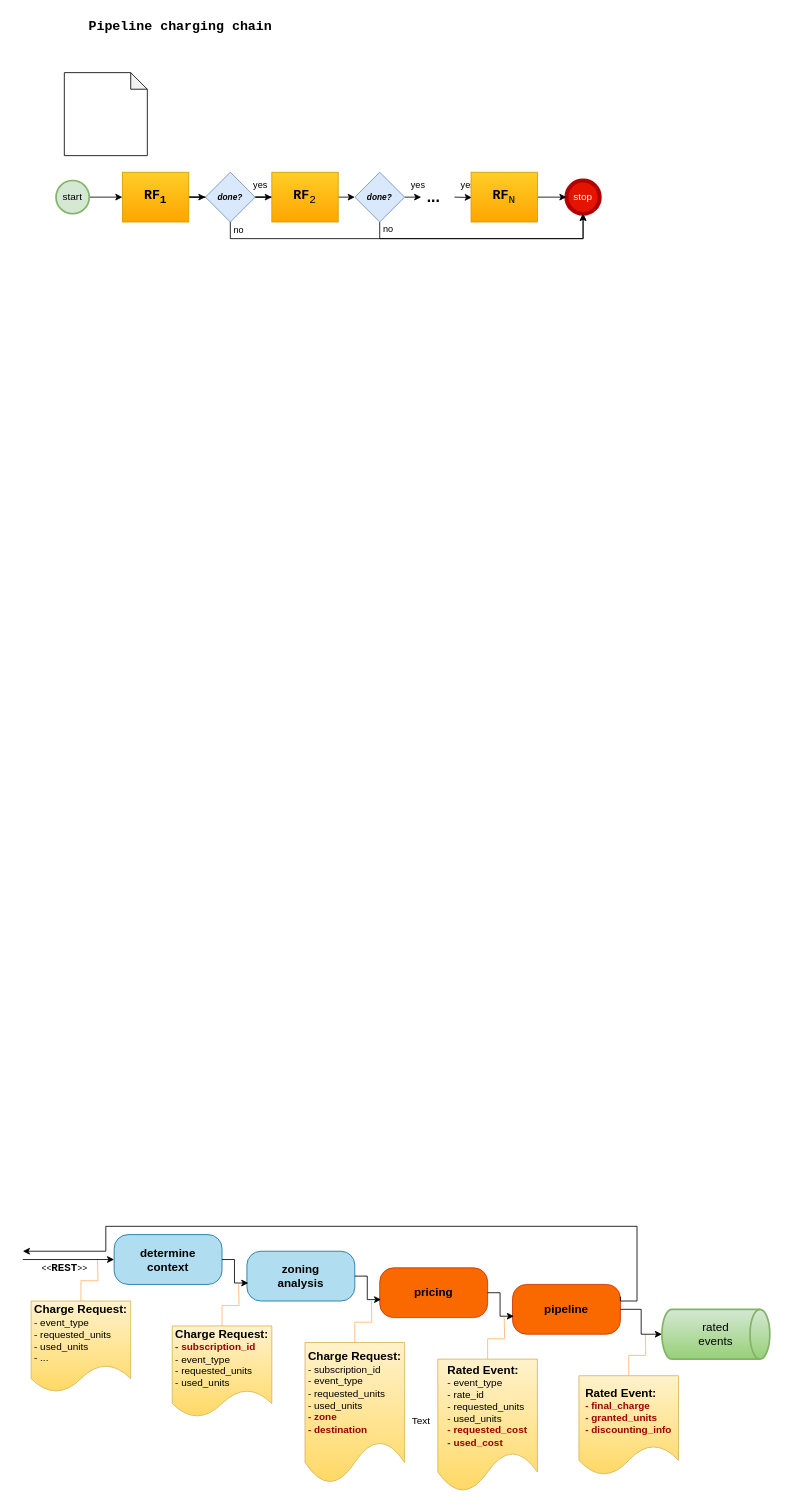
The draw.io diagram ratemind/Pipeline.drawio in arturd2/diagrams, before the edit. Source tidied: cells renumbered, new cells numbered last; positions are measured from the earlier drawing's top-left corner, leaving out a move shared by most shapes. Both pictures are drawn from the tidied source at 83%, with x=0, y=0 at pixel (14, 14).
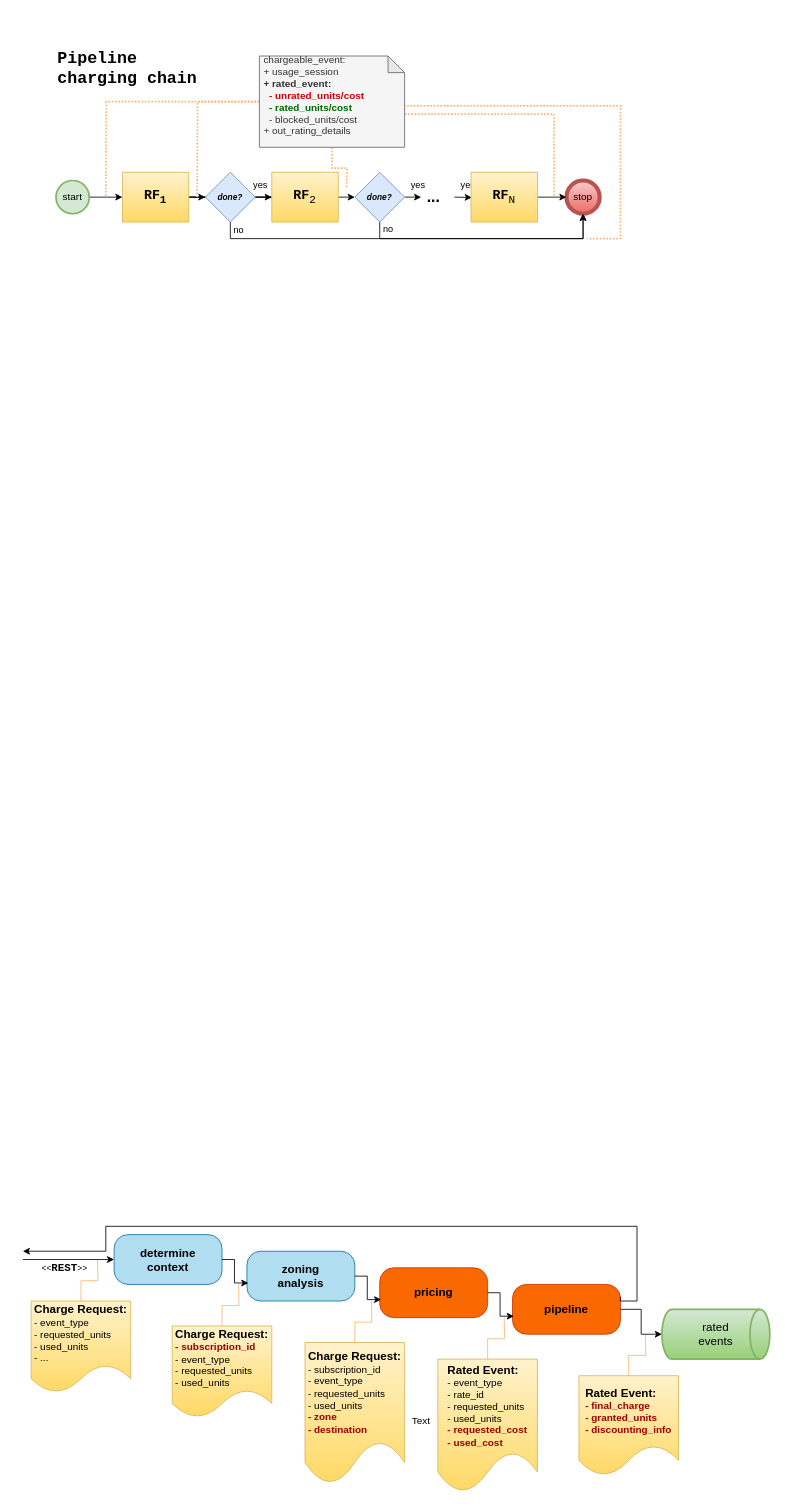
The same page after the edit.

What changed in the source:
```diff
@@
-    <mxCell id="28" value="Pipeline charging chain" style="text;html=1;whiteSpace=wrap;strokeColor=none;fillColor=none;align=center;verticalAlign=middle;rounded=0;fontFamily=Courier New;fontSize=16;fontStyle=1;" parent="1" vertex="1">
-      <mxGeometry width="400" height="30" as="geometry" />
+    <mxCell id="28" value="&lt;div align=&quot;left&quot;&gt;Pipeline&amp;nbsp;&lt;br&gt;charging chain&lt;/div&gt;" style="text;html=1;whiteSpace=wrap;strokeColor=none;fillColor=none;align=left;verticalAlign=middle;rounded=0;fontFamily=Courier New;fontSize=20;fontStyle=1;" parent="1" vertex="1">
+      <mxGeometry x="50" y="40" width="225" height="50" as="geometry" />
     </mxCell>
@@
-    <mxCell id="34" value="&lt;font face=&quot;Courier New&quot;&gt;&lt;b&gt;RF&lt;sub&gt;1&lt;/sub&gt;&lt;/b&gt;&lt;/font&gt;" style="rounded=0;whiteSpace=wrap;html=1;fontSize=16;fillColor=#ffcd28;strokeColor=#d79b00;gradientColor=#ffa500;" parent="1" vertex="1">
+    <mxCell id="34" value="&lt;font face=&quot;Courier New&quot;&gt;&lt;b&gt;RF&lt;sub&gt;1&lt;/sub&gt;&lt;/b&gt;&lt;/font&gt;" style="rounded=0;whiteSpace=wrap;html=1;fontSize=16;fillColor=#fff2cc;strokeColor=#d6b656;gradientColor=#ffd966;" parent="1" vertex="1">
       <mxGeometry x="130" y="190" width="80" height="60" as="geometry" />
     </mxCell>
@@
-    <mxCell id="38" value="&lt;font face=&quot;Courier New&quot;&gt;&lt;b&gt;RF&lt;/b&gt;&lt;sub&gt;2&lt;/sub&gt;&lt;/font&gt;" style="rounded=0;whiteSpace=wrap;html=1;fontSize=16;fillColor=#ffcd28;strokeColor=#d79b00;gradientColor=#ffa500;" parent="1" vertex="1">
+    <mxCell id="38" value="&lt;font face=&quot;Courier New&quot;&gt;&lt;b&gt;RF&lt;/b&gt;&lt;sub&gt;2&lt;/sub&gt;&lt;/font&gt;" style="rounded=0;whiteSpace=wrap;html=1;fontSize=16;fillColor=#fff2cc;strokeColor=#d6b656;gradientColor=#ffd966;" parent="1" vertex="1">
       <mxGeometry x="310" y="190" width="80" height="60" as="geometry" />
     </mxCell>
-    <mxCell id="39" value="stop" style="shape=ellipse;html=1;dashed=0;whiteSpace=wrap;strokeWidth=5;perimeter=ellipsePerimeter;fillColor=#e51400;fontColor=#ffffff;strokeColor=#B20000;" parent="1" vertex="1">
+    <mxCell id="39" value="stop" style="shape=ellipse;html=1;dashed=0;whiteSpace=wrap;strokeWidth=5;perimeter=ellipsePerimeter;fillColor=#f8cecc;strokeColor=#b85450;gradientColor=#ea6b66;" parent="1" vertex="1">
       <mxGeometry x="665" y="200" width="40" height="40" as="geometry" />
     </mxCell>
@@
-    <mxCell id="42" value="&lt;font face=&quot;Courier New&quot;&gt;&lt;b&gt;RF&lt;/b&gt;&lt;sub&gt;N&lt;/sub&gt;&lt;/font&gt;" style="rounded=0;whiteSpace=wrap;html=1;fontSize=16;fillColor=#ffcd28;strokeColor=#d79b00;gradientColor=#ffa500;" parent="1" vertex="1">
+    <mxCell id="42" value="&lt;font face=&quot;Courier New&quot;&gt;&lt;b&gt;RF&lt;/b&gt;&lt;sub&gt;N&lt;/sub&gt;&lt;/font&gt;" style="rounded=0;whiteSpace=wrap;html=1;fontSize=16;fillColor=#fff2cc;strokeColor=#d6b656;gradientColor=#ffd966;" parent="1" vertex="1">
       <mxGeometry x="550" y="190" width="80" height="60" as="geometry" />
     </mxCell>
@@
+    <mxCell id="48" style="edgeStyle=orthogonalEdgeStyle;rounded=0;jettySize=auto;html=1;endArrow=none;endFill=0;strokeWidth=2;strokeColor=#FFB570;dashed=1;dashPattern=1 1;" parent="1" edge="1" source="47">
+      <mxGeometry relative="1" as="geometry">
+        <mxPoint x="110" y="220" as="targetPoint" />
+      </mxGeometry>
+    </mxCell>
+    <mxCell id="49" style="edgeStyle=orthogonalEdgeStyle;rounded=0;jettySize=auto;html=1;exitX=0;exitY=0.5;exitDx=0;exitDy=0;exitPerimeter=0;endArrow=none;endFill=0;strokeWidth=2;strokeColor=#FFB570;dashed=1;dashPattern=1 1;" parent="1" edge="1" source="47">
+      <mxGeometry relative="1" as="geometry">
+        <mxPoint x="220" y="220" as="targetPoint" />
+      </mxGeometry>
+    </mxCell>
+    <mxCell id="50" style="edgeStyle=orthogonalEdgeStyle;rounded=0;jettySize=auto;html=1;exitX=0.5;exitY=1;exitDx=0;exitDy=0;exitPerimeter=0;endArrow=none;endFill=0;strokeWidth=2;strokeColor=#FFB570;dashed=1;dashPattern=1 1;" parent="1" edge="1" source="47">
+      <mxGeometry relative="1" as="geometry">
+        <mxPoint x="400" y="210" as="targetPoint" />
+      </mxGeometry>
+    </mxCell>
+    <mxCell id="51" style="edgeStyle=orthogonalEdgeStyle;rounded=0;jettySize=auto;html=1;endArrow=none;endFill=0;strokeWidth=2;strokeColor=#FFB570;dashed=1;dashPattern=1 1;" parent="1" edge="1" source="47">
+      <mxGeometry relative="1" as="geometry">
+        <mxPoint x="650" y="220" as="targetPoint" />
+        <Array as="points">
+          <mxPoint x="650" y="120" />
+        </Array>
+      </mxGeometry>
+    </mxCell>
+    <mxCell id="52" style="edgeStyle=orthogonalEdgeStyle;rounded=0;jettySize=auto;html=1;exitX=0;exitY=0;exitDx=175;exitDy=65;exitPerimeter=0;endArrow=none;endFill=0;strokeWidth=2;strokeColor=#FFB570;dashed=1;dashPattern=1 1;" parent="1" edge="1" source="47">
+      <mxGeometry relative="1" as="geometry">
+        <mxPoint x="690" y="270" as="targetPoint" />
+        <Array as="points">
+          <mxPoint x="470" y="110" />
+          <mxPoint x="730" y="110" />
+          <mxPoint x="730" y="270" />
+        </Array>
+      </mxGeometry>
+    </mxCell>
-    <mxCell id="47" style="shape=note;whiteSpace=wrap;html=1;backgroundOutline=1;darkOpacity=0.05;size=20;" parent="1" vertex="1">
-      <mxGeometry x="60" y="70" width="100" height="100" as="geometry" />
+    <mxCell id="47" value="&amp;nbsp;chargeable_event:&amp;nbsp;&amp;nbsp;&lt;br&gt;&amp;nbsp;+ usage_session&lt;br&gt;&amp;nbsp;&lt;b&gt;+ rated_event:&lt;/b&gt;&lt;br&gt;&amp;nbsp; &amp;nbsp;&lt;b&gt;&lt;span style=&quot;color: rgb(204, 0, 0);&quot;&gt;- unrated_units/cost&lt;/span&gt;&lt;/b&gt;&lt;br&gt;&amp;nbsp; &amp;nbsp;&lt;b&gt;&lt;span style=&quot;color: rgb(0, 102, 0);&quot;&gt;- rated_units/cost&lt;/span&gt;&lt;/b&gt;&lt;br&gt;&lt;div&gt;&amp;nbsp; &amp;nbsp;- blocked_units/cost&lt;/div&gt;&lt;div&gt;&amp;nbsp;+ out_rating_details&lt;/div&gt;&lt;div&gt;&lt;br&gt;&lt;/div&gt;" style="shape=note;whiteSpace=wrap;html=1;backgroundOutline=1;darkOpacity=0.05;size=20;align=left;fillColor=#f5f5f5;fontColor=#333333;strokeColor=#666666;" parent="1" vertex="1">
+      <mxGeometry x="295" y="50" width="175" height="110" as="geometry" />
     </mxCell>
```
